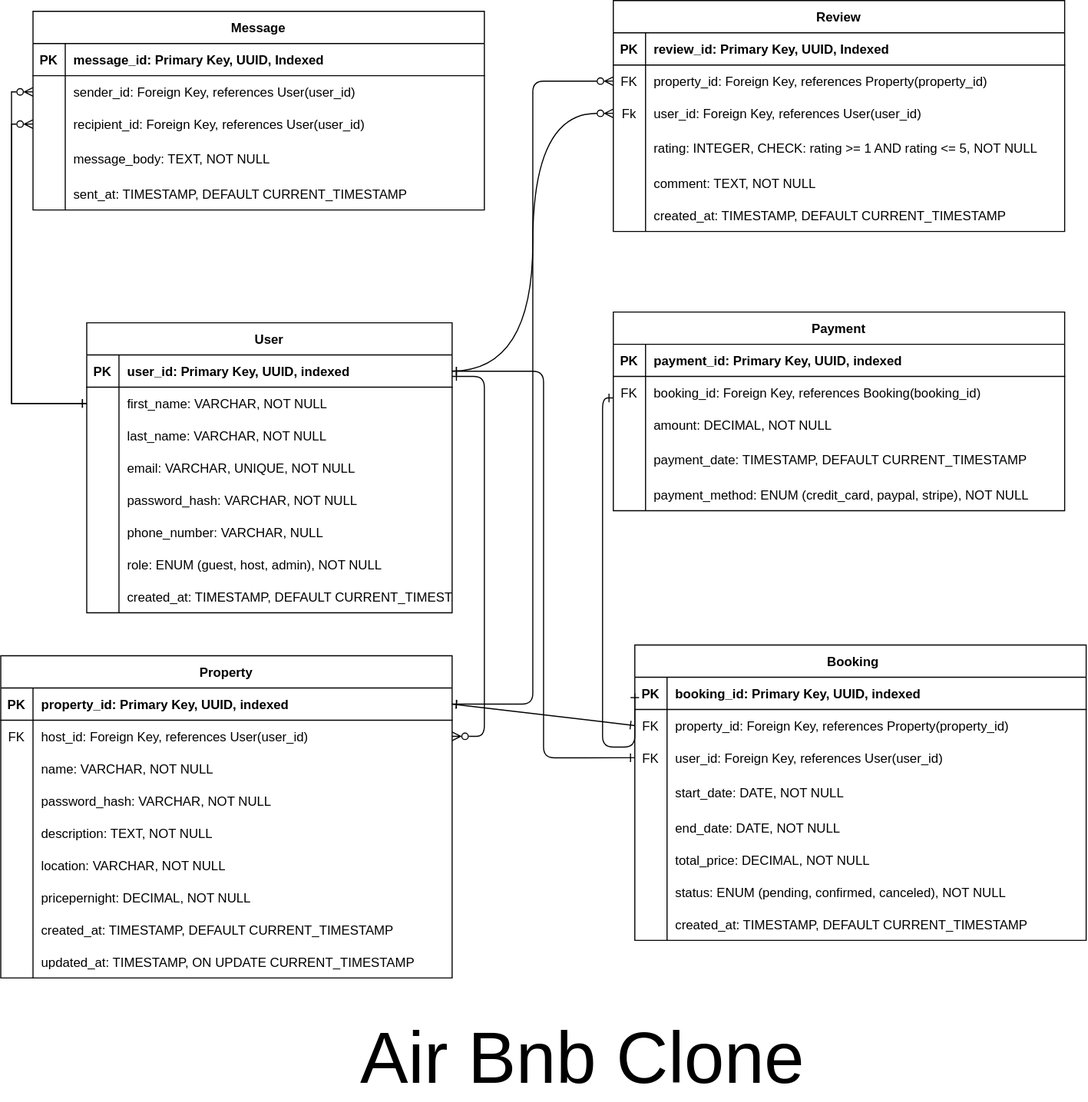
Above: ERD/AirbnbClone.svg in Favouridowu02/alx-airbnb-database (draw.io), before the change. Source tidied: cells renumbered, new cells last; positions are measured from the earlier drawing's top-left corner, leaving out a move shared by most shapes.
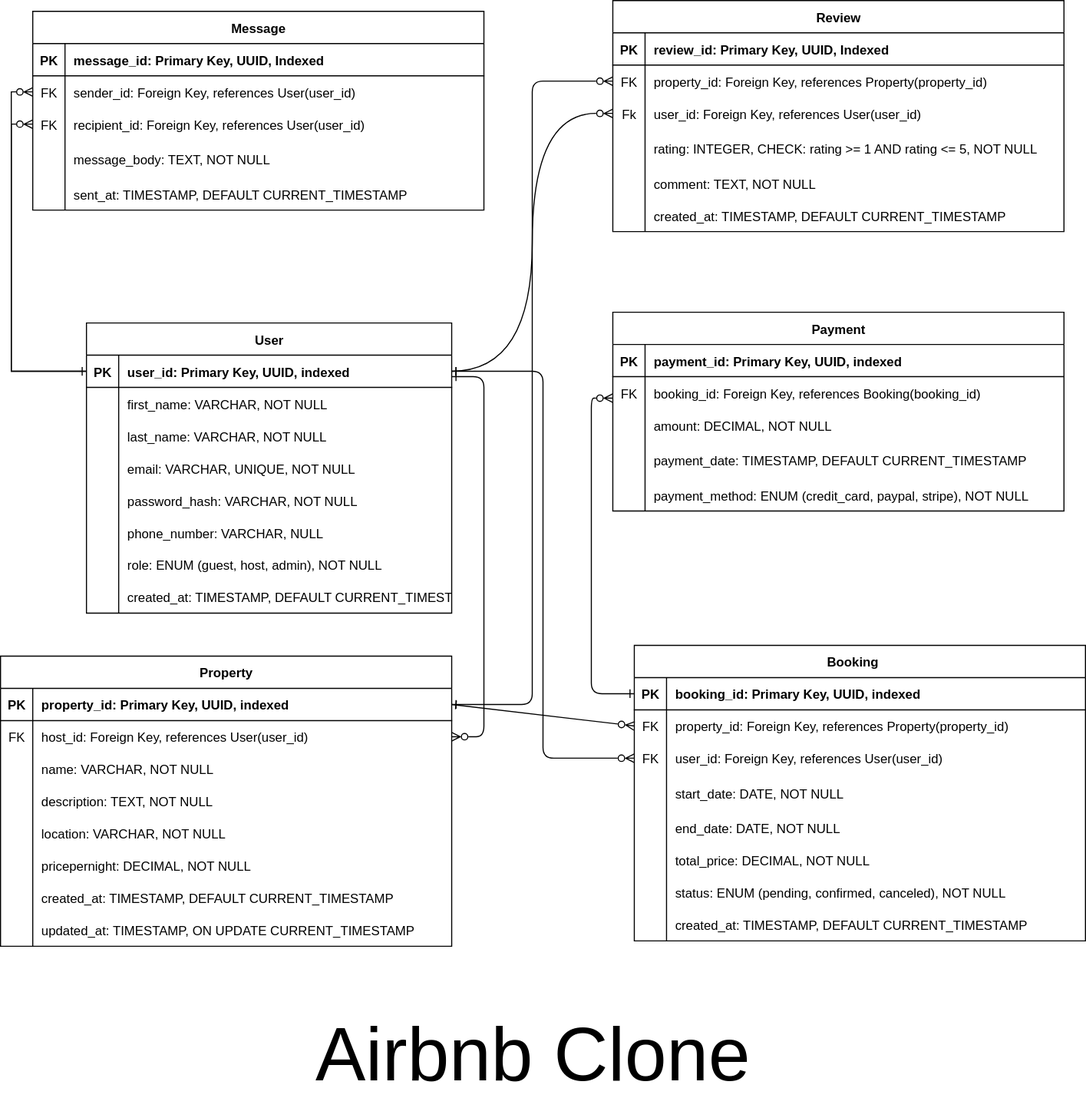
After the commit.

Change to the diagram source:
```diff
@@ -78,7 +78,7 @@
       <mxGeometry x="30" width="310" height="30" as="geometry" />
     </mxCell>
     <mxCell id="27" value="Property" style="shape=table;startSize=30;rowLines=0;fontStyle=1;align=center;" parent="1" vertex="1">
-      <mxGeometry y="610" width="420" height="300" as="geometry" />
+      <mxGeometry y="610" width="420" height="270" as="geometry" />
     </mxCell>
     <mxCell id="28" style="shape=partialRectangle;fillColor=none;points=[[0,0.5],[1,0.5]];portConstraint=eastwest;top=0;left=0;right=0;bottom=1;" parent="27" vertex="1">
       <mxGeometry y="30" width="420" height="30" as="geometry" />
@@ -107,17 +107,8 @@
     <mxCell id="36" value="name: VARCHAR, NOT NULL" style="shape=partialRectangle;overflow=hidden;fillColor=none;top=0;left=0;bottom=0;right=0;align=left;spacingLeft=6;" parent="34" vertex="1">
       <mxGeometry x="30" width="390" height="30" as="geometry" />
     </mxCell>
-    <mxCell id="37" style="shape=partialRectangle;fillColor=none;top=0;left=0;right=0;bottom=0;" parent="27" vertex="1">
-      <mxGeometry y="120" width="420" height="30" as="geometry" />
-    </mxCell>
-    <mxCell id="38" style="shape=partialRectangle;overflow=hidden;fillColor=none;top=0;left=0;bottom=0;right=0;" parent="37" vertex="1">
-      <mxGeometry width="30" height="30" as="geometry" />
-    </mxCell>
-    <mxCell id="39" value="password_hash: VARCHAR, NOT NULL" style="shape=partialRectangle;overflow=hidden;fillColor=none;top=0;left=0;bottom=0;right=0;align=left;spacingLeft=6;" parent="37" vertex="1">
-      <mxGeometry x="30" width="390" height="30" as="geometry" />
-    </mxCell>
     <mxCell id="40" style="shape=partialRectangle;fillColor=none;top=0;left=0;right=0;bottom=0;" parent="27" vertex="1">
-      <mxGeometry y="150" width="420" height="30" as="geometry" />
+      <mxGeometry y="120" width="420" height="30" as="geometry" />
     </mxCell>
     <mxCell id="41" style="shape=partialRectangle;overflow=hidden;fillColor=none;top=0;left=0;bottom=0;right=0;" parent="40" vertex="1">
       <mxGeometry width="30" height="30" as="geometry" />
@@ -126,7 +117,7 @@
       <mxGeometry x="30" width="390" height="30" as="geometry" />
     </mxCell>
     <mxCell id="43" style="shape=partialRectangle;fillColor=none;top=0;left=0;right=0;bottom=0;" parent="27" vertex="1">
-      <mxGeometry y="180" width="420" height="30" as="geometry" />
+      <mxGeometry y="150" width="420" height="30" as="geometry" />
     </mxCell>
     <mxCell id="44" style="shape=partialRectangle;overflow=hidden;fillColor=none;top=0;left=0;bottom=0;right=0;" parent="43" vertex="1">
       <mxGeometry width="30" height="30" as="geometry" />
@@ -135,7 +126,7 @@
       <mxGeometry x="30" width="390" height="30" as="geometry" />
     </mxCell>
     <mxCell id="46" style="shape=partialRectangle;fillColor=none;top=0;left=0;right=0;bottom=0;" parent="27" vertex="1">
-      <mxGeometry y="210" width="420" height="30" as="geometry" />
+      <mxGeometry y="180" width="420" height="30" as="geometry" />
     </mxCell>
     <mxCell id="47" style="shape=partialRectangle;overflow=hidden;fillColor=none;top=0;left=0;bottom=0;right=0;" parent="46" vertex="1">
       <mxGeometry width="30" height="30" as="geometry" />
@@ -144,7 +135,7 @@
       <mxGeometry x="30" width="390" height="30" as="geometry" />
     </mxCell>
     <mxCell id="49" style="shape=partialRectangle;fillColor=none;top=0;left=0;right=0;bottom=0;" parent="27" vertex="1">
-      <mxGeometry y="240" width="420" height="30" as="geometry" />
+      <mxGeometry y="210" width="420" height="30" as="geometry" />
     </mxCell>
     <mxCell id="50" style="shape=partialRectangle;overflow=hidden;fillColor=none;top=0;left=0;bottom=0;right=0;" parent="49" vertex="1">
       <mxGeometry width="30" height="30" as="geometry" />
@@ -153,7 +144,7 @@
       <mxGeometry x="30" width="390" height="30" as="geometry" />
     </mxCell>
     <mxCell id="52" style="shape=partialRectangle;fillColor=none;top=0;left=0;right=0;bottom=0;" parent="27" vertex="1">
-      <mxGeometry y="270" width="420" height="30" as="geometry" />
+      <mxGeometry y="240" width="420" height="30" as="geometry" />
     </mxCell>
     <mxCell id="53" style="shape=partialRectangle;overflow=hidden;fillColor=none;top=0;left=0;bottom=0;right=0;" parent="52" vertex="1">
       <mxGeometry width="30" height="30" as="geometry" />
@@ -299,7 +290,7 @@
     <mxCell id="100" style="shape=partialRectangle;fillColor=none;points=[[0,0.5],[1,0.5]];portConstraint=eastwest;top=0;left=0;right=0;bottom=0;" parent="96" vertex="1">
       <mxGeometry y="60" width="420" height="30" as="geometry" />
     </mxCell>
-    <mxCell id="101" style="shape=partialRectangle;overflow=hidden;fillColor=none;top=0;left=0;bottom=0;right=0;" parent="100" vertex="1">
+    <mxCell id="101" value="FK" style="shape=partialRectangle;overflow=hidden;fillColor=none;top=0;left=0;bottom=0;right=0;" parent="100" vertex="1">
       <mxGeometry width="30" height="30" as="geometry" />
     </mxCell>
     <mxCell id="102" value="sender_id: Foreign Key, references User(user_id)" style="shape=partialRectangle;overflow=hidden;fillColor=none;top=0;left=0;bottom=0;right=0;align=left;spacingLeft=6;" parent="100" vertex="1">
@@ -308,7 +299,7 @@
     <mxCell id="103" style="shape=partialRectangle;fillColor=none;points=[[0,0.5],[1,0.5]];portConstraint=eastwest;top=0;left=0;right=0;bottom=0;" parent="96" vertex="1">
       <mxGeometry y="90" width="420" height="30" as="geometry" />
     </mxCell>
-    <mxCell id="104" style="shape=partialRectangle;overflow=hidden;fillColor=none;top=0;left=0;bottom=0;right=0;" parent="103" vertex="1">
+    <mxCell id="104" value="FK" style="shape=partialRectangle;overflow=hidden;fillColor=none;top=0;left=0;bottom=0;right=0;" parent="103" vertex="1">
       <mxGeometry width="30" height="30" as="geometry" />
     </mxCell>
     <mxCell id="105" value="recipient_id: Foreign Key, references User(user_id)" style="shape=partialRectangle;overflow=hidden;fillColor=none;top=0;left=0;bottom=0;right=0;align=left;spacingLeft=6;" parent="103" vertex="1">
@@ -394,19 +385,18 @@
         <mxPoint x="420" y="350" as="sourcePoint" />
       </mxGeometry>
     </mxCell>
-    <mxCell id="132" style="edgeStyle=none;rounded=1;jettySize=auto;html=1;exitX=1;exitY=0.5;exitDx=0;exitDy=0;entryX=0;entryY=0.5;entryDx=0;entryDy=0;endArrow=ERone;endFill=0;startArrow=ERone;startFill=0;curved=0;" parent="1" edge="1" source="28" target="59">
+    <mxCell id="132" style="edgeStyle=none;rounded=1;jettySize=auto;html=1;exitX=1;exitY=0.5;exitDx=0;exitDy=0;entryX=0;entryY=0.5;entryDx=0;entryDy=0;endArrow=ERzeroToMany;endFill=0;startArrow=ERone;startFill=0;curved=0;" parent="1" edge="1" source="28" target="59">
       <mxGeometry relative="1" as="geometry" />
     </mxCell>
-    <mxCell id="133" style="edgeStyle=orthogonalEdgeStyle;rounded=1;jettySize=auto;html=1;entryX=0;entryY=0.5;entryDx=0;entryDy=0;curved=0;startArrow=ERone;startFill=0;endArrow=ERone;endFill=0;" parent="1" edge="1" source="3" target="62">
+    <mxCell id="133" style="edgeStyle=orthogonalEdgeStyle;rounded=1;jettySize=auto;html=1;entryX=0;entryY=0.5;entryDx=0;entryDy=0;curved=0;startArrow=ERone;startFill=0;endArrow=ERzeroToMany;endFill=0;" parent="1" edge="1" source="3" target="62">
       <mxGeometry relative="1" as="geometry" />
     </mxCell>
-    <mxCell id="134" style="edgeStyle=orthogonalEdgeStyle;rounded=1;jettySize=auto;html=1;exitX=0;exitY=0.5;exitDx=0;exitDy=0;curved=0;endArrow=ERone;endFill=0;startArrow=ERone;startFill=0;" parent="1" edge="1" source="56">
+    <mxCell id="134" style="rounded=1;jettySize=auto;html=1;exitX=0;exitY=0.5;exitDx=0;exitDy=0;endArrow=ERzeroToMany;endFill=0;startArrow=ERone;startFill=0;edgeStyle=orthogonalEdgeStyle;" parent="1" edge="1" source="56">
       <mxGeometry relative="1" as="geometry">
         <mxPoint x="570" y="370" as="targetPoint" />
         <Array as="points">
-          <mxPoint x="560" y="695" />
-          <mxPoint x="560" y="370" />
-          <mxPoint x="570" y="370" />
+          <mxPoint x="550" y="645" />
+          <mxPoint x="550" y="370" />
         </Array>
       </mxGeometry>
     </mxCell>
@@ -416,14 +406,14 @@
     <mxCell id="136" style="edgeStyle=orthogonalEdgeStyle;rounded=0;jettySize=auto;html=1;exitX=1;exitY=0.5;exitDx=0;exitDy=0;entryX=0;entryY=0.5;entryDx=0;entryDy=0;curved=1;endArrow=ERzeroToMany;endFill=0;startArrow=ERone;startFill=0;" parent="1" edge="1" source="3" target="119">
       <mxGeometry relative="1" as="geometry" />
     </mxCell>
-    <mxCell id="137" style="edgeStyle=orthogonalEdgeStyle;rounded=0;jettySize=auto;html=1;exitX=0;exitY=0.5;exitDx=0;exitDy=0;endArrow=ERone;endFill=0;startArrow=ERzeroToMany;startFill=0;" parent="1" edge="1" source="100" target="6">
-      <mxGeometry relative="1" as="geometry" />
-    </mxCell>
-    <mxCell id="138" style="edgeStyle=orthogonalEdgeStyle;rounded=0;jettySize=auto;html=1;exitX=0;exitY=0.5;exitDx=0;exitDy=0;endArrow=ERone;endFill=0;startArrow=ERzeroToMany;startFill=0;" parent="1" edge="1" source="103" target="6">
+    <mxCell id="138" style="edgeStyle=orthogonalEdgeStyle;rounded=0;jettySize=auto;html=1;exitX=0;exitY=0.5;exitDx=0;exitDy=0;endArrow=ERone;endFill=0;startArrow=ERzeroToMany;startFill=0;entryX=0;entryY=0.5;entryDx=0;entryDy=0;" parent="1" edge="1" source="103" target="3">
       <mxGeometry relative="1" as="geometry" />
     </mxCell>
-    <mxCell id="139" value="&lt;font style=&quot;font-size: 67px;&quot;&gt;Air Bnb Clone&lt;/font&gt;" style="text;html=1;align=center;verticalAlign=middle;whiteSpace=wrap;rounded=0;" parent="1" vertex="1">
-      <mxGeometry x="330" y="950" width="423.3" height="70" as="geometry" />
-    </mxCell>
+    <mxCell id="140" style="edgeStyle=orthogonalEdgeStyle;rounded=0;jettySize=auto;html=1;entryX=0;entryY=0.5;entryDx=0;entryDy=0;endArrow=ERzeroToMany;endFill=0;" parent="1" edge="1" source="3" target="100">
+      <mxGeometry relative="1" as="geometry" />
+    </mxCell>
+    <mxCell id="141" value="Airbnb Clone" style="text;html=1;align=center;verticalAlign=middle;strokeColor=none;fillColor=none;fontSize=70;" parent="1" vertex="1">
+      <mxGeometry x="280" y="930" width="430" height="100" as="geometry" />
+    </mxCell>
   </root>
 </mxGraphModel>
```
